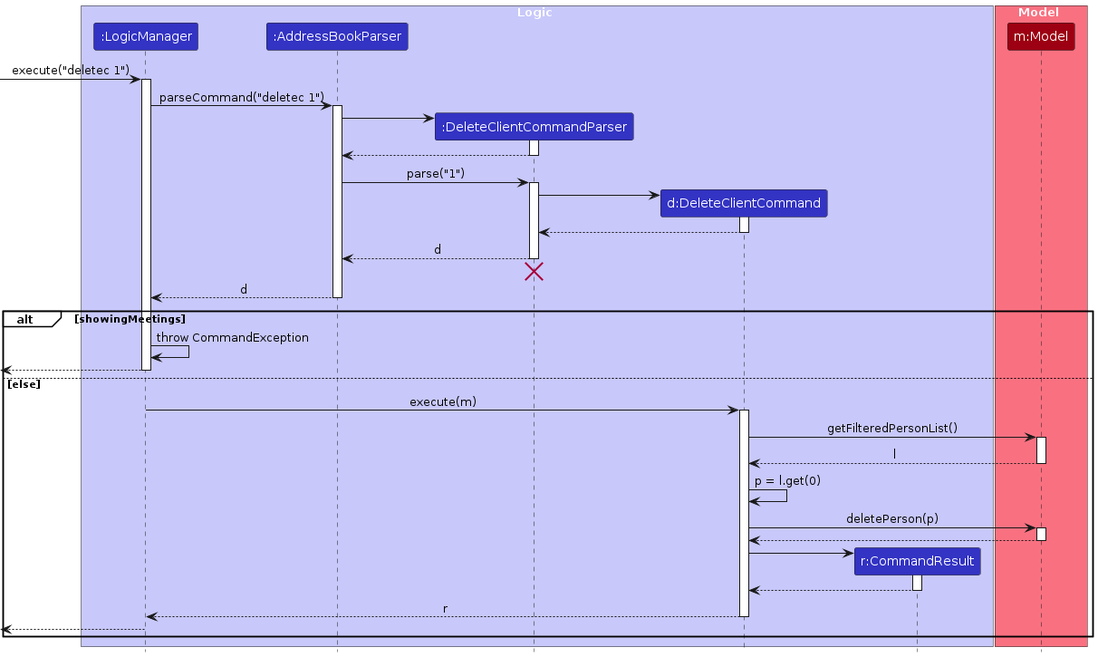
This is diagrams/DeleteClientSequenceDiagram.png from AY2627S1-CS2103T-W13-4/tp, a PlantUML export, as it was before one commit. Its source is kept beside it as diagrams/DeleteClientSequenceDiagram.puml. Source of this version:
```plantuml
@startuml
!include style.puml
skinparam ArrowFontStyle plain
skinparam sequenceGroupBackgroundColor white
skinparam sequenceGroupBodyBackgroundColor transparent

box Logic LOGIC_COLOR_T1
participant ":LogicManager" as LogicManager LOGIC_COLOR
participant ":AddressBookParser" as AddressBookParser LOGIC_COLOR
participant ":DeleteClientCommandParser" as DeleteClientCommandParser LOGIC_COLOR
participant "d:DeleteClientCommand" as DeleteClientCommand LOGIC_COLOR
participant "r:CommandResult" as CommandResult LOGIC_COLOR
end box

box Model MODEL_COLOR_T1
participant "m:Model" as Model MODEL_COLOR
end box

[-> LogicManager : execute("deletec 1")
activate LogicManager

LogicManager -> AddressBookParser : parseCommand("deletec 1")
activate AddressBookParser

create DeleteClientCommandParser
AddressBookParser -> DeleteClientCommandParser
activate DeleteClientCommandParser

DeleteClientCommandParser --> AddressBookParser
deactivate DeleteClientCommandParser

AddressBookParser -> DeleteClientCommandParser : parse("1")
activate DeleteClientCommandParser

create DeleteClientCommand
DeleteClientCommandParser -> DeleteClientCommand
activate DeleteClientCommand

DeleteClientCommand --> DeleteClientCommandParser :
deactivate DeleteClientCommand

DeleteClientCommandParser --> AddressBookParser : d
deactivate DeleteClientCommandParser
DeleteClientCommandParser -[hidden]-> AddressBookParser
destroy DeleteClientCommandParser

AddressBookParser --> LogicManager : d
deactivate AddressBookParser

alt showingMeetings
    LogicManager -> LogicManager : throw CommandException
    [<--LogicManager
    deactivate LogicManager
else else
    LogicManager -> DeleteClientCommand : execute(m)
    activate DeleteClientCommand

    DeleteClientCommand -> Model : getFilteredPersonList()
    activate Model

    Model --> DeleteClientCommand : l
    deactivate Model

    DeleteClientCommand -> DeleteClientCommand : p = l.get(0)

    DeleteClientCommand -> Model : deletePerson(p)
    activate Model

    Model --> DeleteClientCommand
    deactivate Model

    create CommandResult
    DeleteClientCommand -> CommandResult
    activate CommandResult

    CommandResult --> DeleteClientCommand
    deactivate CommandResult

    DeleteClientCommand --> LogicManager : r
    deactivate DeleteClientCommand

    [<--LogicManager
    deactivate LogicManager
end
@enduml
```
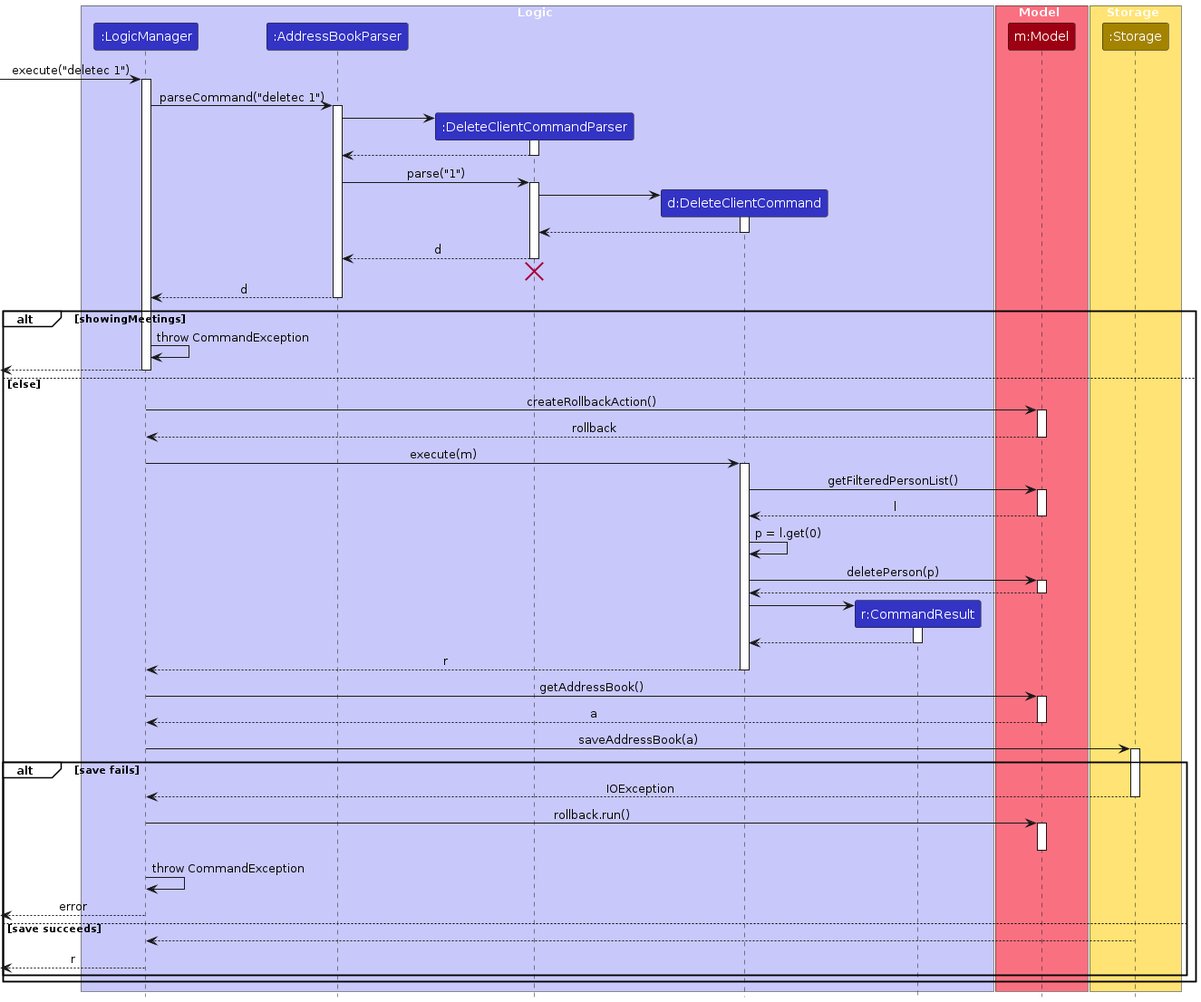
Later version of the same file.

What changed in the source:
```diff
@@ -14,6 +14,10 @@
 
 box Model MODEL_COLOR_T1
 participant "m:Model" as Model MODEL_COLOR
+end box
+
+box Storage STORAGE_COLOR_T1
+participant ":Storage" as Storage STORAGE_COLOR
 end box
 
 [-> LogicManager : execute("deletec 1")
@@ -52,6 +56,11 @@
     [<--LogicManager
     deactivate LogicManager
 else else
+    LogicManager -> Model : createRollbackAction()
+    activate Model
+    Model --> LogicManager : rollback
+    deactivate Model
+
     LogicManager -> DeleteClientCommand : execute(m)
     activate DeleteClientCommand
 
@@ -79,7 +88,27 @@
     DeleteClientCommand --> LogicManager : r
     deactivate DeleteClientCommand
 
-    [<--LogicManager
-    deactivate LogicManager
+    LogicManager -> Model : getAddressBook()
+    activate Model
+    Model --> LogicManager : a
+    deactivate Model
+    LogicManager -> Storage : saveAddressBook(a)
+    activate Storage
+
+    alt save fails
+        Storage --> LogicManager : IOException
+        deactivate Storage
+        LogicManager -> Model : rollback.run()
+        activate Model
+        deactivate Model
+        LogicManager -> LogicManager : throw CommandException
+        [<--LogicManager : error
+        deactivate LogicManager
+    else save succeeds
+        Storage --> LogicManager
+        deactivate Storage
+        [<--LogicManager : r
+        deactivate LogicManager
+    end
 end
 @enduml
```
